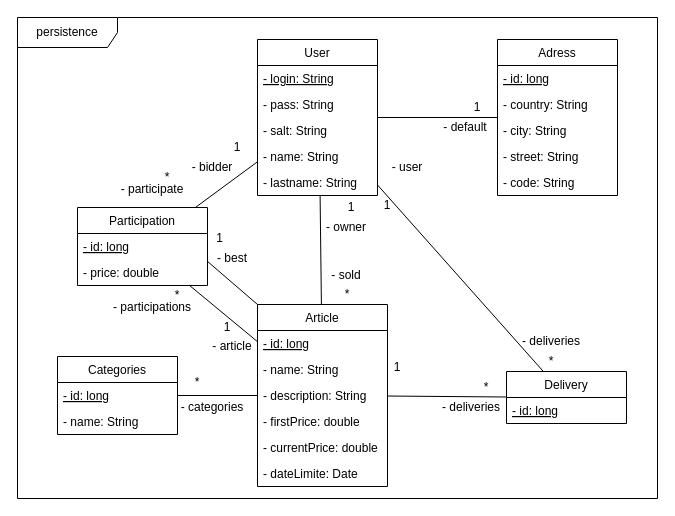
Before: doc/conception/persistence.drawio in Reynault/Auction-JEE, a draw.io diagram. Source tidied: cells renumbered, new cells numbered last; positions are measured from the earlier drawing's top-left corner, leaving out a move shared by most shapes. Both pictures are drawn from the tidied source at 100%, with x=0, y=0 at pixel (17, 17).
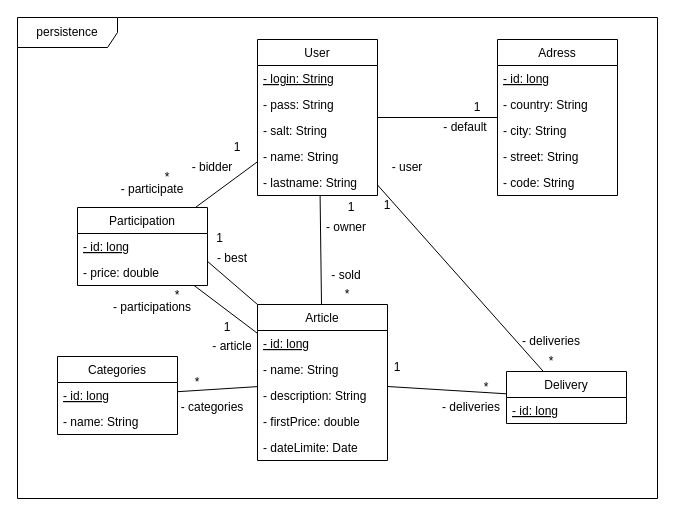
The same page after the edit.

Commit message:
modification du schéma de persistence

The edit, as a diff of the source:
```diff
@@
     <mxCell id="56" value="Article" style="swimlane;fontStyle=0;horizontal=1;startSize=26;fillColor=none;" parent="1" vertex="1">
-      <mxGeometry x="240" y="287" width="130" height="182" as="geometry" />
+      <mxGeometry x="240" y="287" width="130" height="156" as="geometry" />
     </mxCell>
@@
-    <mxCell id="61" value="- currentPrice: double" style="text;strokeColor=none;fillColor=none;align=left;verticalAlign=top;spacingLeft=4;spacingRight=4;overflow=hidden;" parent="56" vertex="1">
-      <mxGeometry y="130" width="130" height="26" as="geometry" />
-    </mxCell>
     <mxCell id="62" value="- dateLimite: Date" style="text;strokeColor=none;fillColor=none;align=left;verticalAlign=top;spacingLeft=4;spacingRight=4;overflow=hidden;" parent="56" vertex="1">
-      <mxGeometry y="156" width="130" height="26" as="geometry" />
+      <mxGeometry y="130" width="130" height="26" as="geometry" />
     </mxCell>
```
